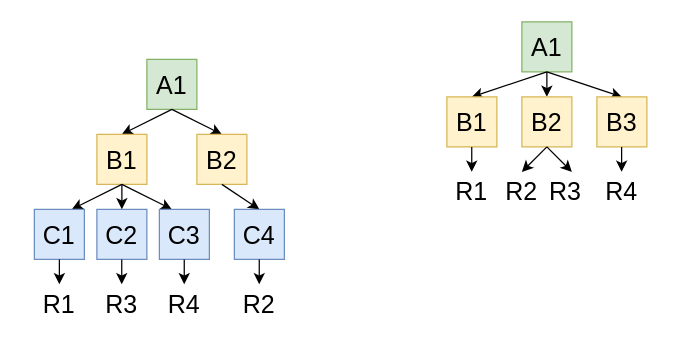
Above: documentation/illustrations/radix_tree.drawio in sakshamrathi21/Structured_LLM_Optimization (draw.io), before the change. Source tidied: cells renumbered, new cells numbered last; positions are measured from the earlier drawing's top-left corner, leaving out a move shared by most shapes. Both pictures are drawn from the tidied source at 125%, with x=0, y=0 at pixel (21, 21).
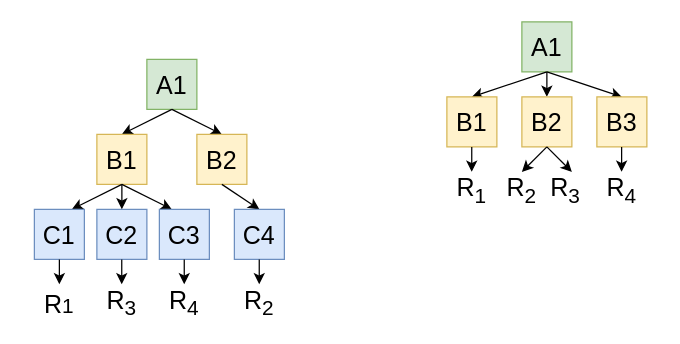
The same page after the edit.

Change to the diagram source:
```diff
@@
-    <mxCell id="19" value="&lt;font style=&quot;font-size: 20px;&quot;&gt;R1&lt;/font&gt;" style="text;html=1;whiteSpace=wrap;strokeColor=none;fillColor=none;align=center;verticalAlign=middle;rounded=0;" parent="1" vertex="1">
+    <mxCell id="19" value="&lt;font style=&quot;font-size: 20px;&quot;&gt;R&lt;/font&gt;&lt;font style=&quot;font-size: 16.6667px;&quot;&gt;1&lt;/font&gt;" style="text;html=1;whiteSpace=wrap;strokeColor=none;fillColor=none;align=center;verticalAlign=middle;rounded=0;" parent="1" vertex="1">
       <mxGeometry y="210" width="60" height="30" as="geometry" />
     </mxCell>
-    <mxCell id="20" value="&lt;font style=&quot;font-size: 20px;&quot;&gt;R2&lt;/font&gt;" style="text;html=1;whiteSpace=wrap;strokeColor=none;fillColor=none;align=center;verticalAlign=middle;rounded=0;" parent="1" vertex="1">
+    <mxCell id="20" value="&lt;font style=&quot;font-size: 20px;&quot;&gt;R&lt;sub&gt;2&lt;/sub&gt;&lt;/font&gt;" style="text;html=1;whiteSpace=wrap;strokeColor=none;fillColor=none;align=center;verticalAlign=middle;rounded=0;" parent="1" vertex="1">
       <mxGeometry x="160" y="210" width="60" height="30" as="geometry" />
     </mxCell>
-    <mxCell id="21" value="&lt;font style=&quot;font-size: 20px;&quot;&gt;R3&lt;/font&gt;" style="text;html=1;whiteSpace=wrap;strokeColor=none;fillColor=none;align=center;verticalAlign=middle;rounded=0;" parent="1" vertex="1">
+    <mxCell id="21" value="&lt;font style=&quot;font-size: 20px;&quot;&gt;R&lt;sub&gt;3&lt;/sub&gt;&lt;/font&gt;" style="text;html=1;whiteSpace=wrap;strokeColor=none;fillColor=none;align=center;verticalAlign=middle;rounded=0;" parent="1" vertex="1">
       <mxGeometry x="50" y="210" width="60" height="30" as="geometry" />
     </mxCell>
-    <mxCell id="22" value="&lt;font style=&quot;font-size: 20px;&quot;&gt;R4&lt;/font&gt;" style="text;html=1;whiteSpace=wrap;strokeColor=none;fillColor=none;align=center;verticalAlign=middle;rounded=0;" parent="1" vertex="1">
+    <mxCell id="22" value="&lt;font style=&quot;font-size: 20px;&quot;&gt;R&lt;sub&gt;4&lt;/sub&gt;&lt;/font&gt;" style="text;html=1;whiteSpace=wrap;strokeColor=none;fillColor=none;align=center;verticalAlign=middle;rounded=0;" parent="1" vertex="1">
       <mxGeometry x="100" y="210" width="60" height="30" as="geometry" />
     </mxCell>
@@
-    <mxCell id="31" value="&lt;font style=&quot;font-size: 20px;&quot;&gt;R1&lt;/font&gt;" style="text;html=1;whiteSpace=wrap;strokeColor=none;fillColor=none;align=center;verticalAlign=middle;rounded=0;" parent="1" vertex="1">
+    <mxCell id="31" value="&lt;font style=&quot;font-size: 20px;&quot;&gt;R&lt;sub&gt;1&lt;/sub&gt;&lt;/font&gt;" style="text;html=1;whiteSpace=wrap;strokeColor=none;fillColor=none;align=center;verticalAlign=middle;rounded=0;" parent="1" vertex="1">
       <mxGeometry x="330" y="120" width="60" height="30" as="geometry" />
     </mxCell>
@@
-    <mxCell id="33" value="&lt;font style=&quot;font-size: 20px;&quot;&gt;R2&lt;/font&gt;" style="text;html=1;whiteSpace=wrap;strokeColor=none;fillColor=none;align=center;verticalAlign=middle;rounded=0;" parent="1" vertex="1">
+    <mxCell id="33" value="&lt;font style=&quot;font-size: 20px;&quot;&gt;R&lt;sub&gt;2&lt;/sub&gt;&lt;/font&gt;" style="text;html=1;whiteSpace=wrap;strokeColor=none;fillColor=none;align=center;verticalAlign=middle;rounded=0;" parent="1" vertex="1">
       <mxGeometry x="370" y="120" width="60" height="30" as="geometry" />
     </mxCell>
@@
-    <mxCell id="35" value="&lt;font style=&quot;font-size: 20px;&quot;&gt;R3&lt;/font&gt;" style="text;html=1;whiteSpace=wrap;strokeColor=none;fillColor=none;align=center;verticalAlign=middle;rounded=0;" parent="1" vertex="1">
+    <mxCell id="35" value="&lt;font style=&quot;font-size: 20px;&quot;&gt;R&lt;sub&gt;3&lt;/sub&gt;&lt;/font&gt;" style="text;html=1;whiteSpace=wrap;strokeColor=none;fillColor=none;align=center;verticalAlign=middle;rounded=0;" parent="1" vertex="1">
       <mxGeometry x="405" y="120" width="60" height="30" as="geometry" />
     </mxCell>
-    <mxCell id="36" value="&lt;font style=&quot;font-size: 20px;&quot;&gt;R4&lt;/font&gt;" style="text;html=1;whiteSpace=wrap;strokeColor=none;fillColor=none;align=center;verticalAlign=middle;rounded=0;" parent="1" vertex="1">
+    <mxCell id="36" value="&lt;font style=&quot;font-size: 20px;&quot;&gt;R&lt;sub&gt;4&lt;/sub&gt;&lt;/font&gt;" style="text;html=1;whiteSpace=wrap;strokeColor=none;fillColor=none;align=center;verticalAlign=middle;rounded=0;" parent="1" vertex="1">
       <mxGeometry x="450" y="120" width="60" height="30" as="geometry" />
     </mxCell>
```
